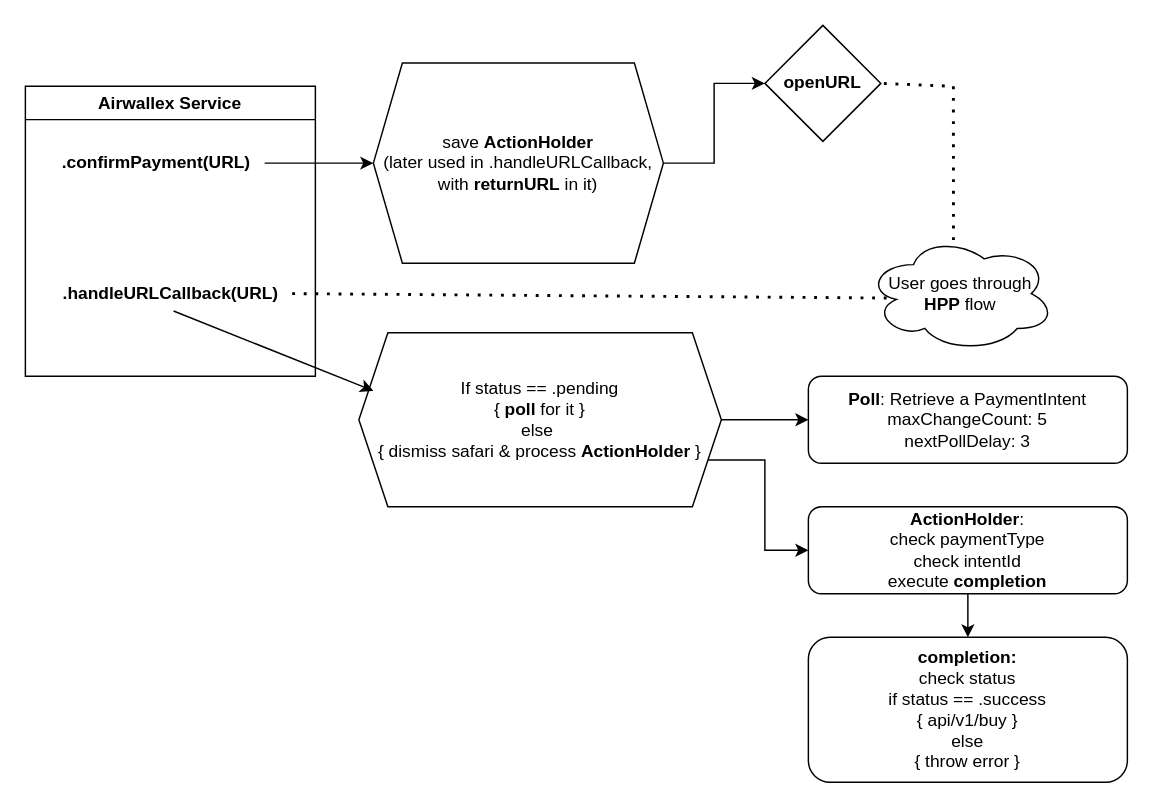
Above: Airwallex.drawio in supersun17/Flow-charts (draw.io), before the change. Source tidied: cells renumbered, new cells numbered last; positions are measured from the earlier drawing's top-left corner, leaving out a move shared by most shapes. Both pictures are drawn from the tidied source at 145%, with x=0, y=0 at pixel (25, 25).
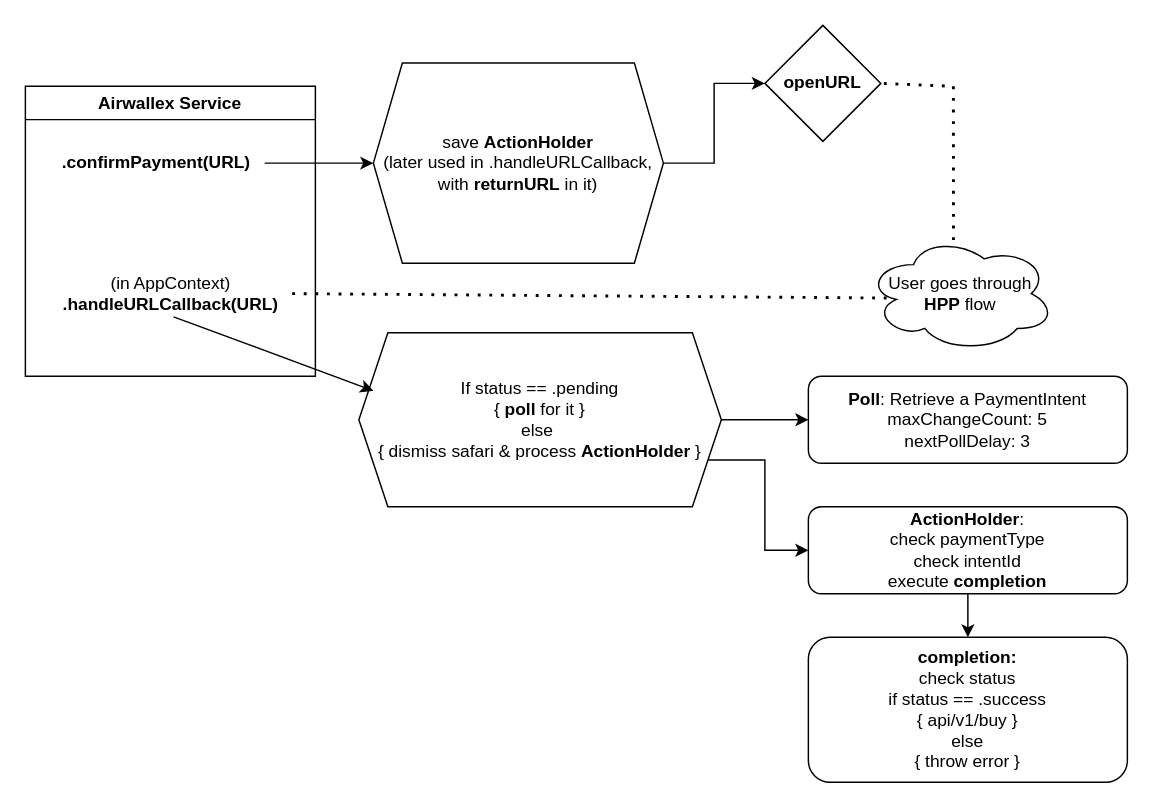
The same page after the edit.

The edit, as a diff of the source:
```diff
@@
-    <mxCell id="10" value="&lt;b&gt;.handleURLCallback(URL)&lt;/b&gt;" style="text;html=1;align=center;verticalAlign=middle;points=[];strokeColor=none;fillColor=none;" parent="1" vertex="1">
-      <mxGeometry x="15" y="170" width="170" height="30" as="geometry" />
+    <mxCell id="10" value="&lt;div&gt;(in AppContext)&lt;/div&gt;&lt;b&gt;.handleURLCallback(URL)&lt;/b&gt;" style="text;html=1;align=center;verticalAlign=middle;points=[];strokeColor=none;fillColor=none;" parent="1" vertex="1">
+      <mxGeometry x="15" y="165" width="170" height="40" as="geometry" />
     </mxCell>
```
